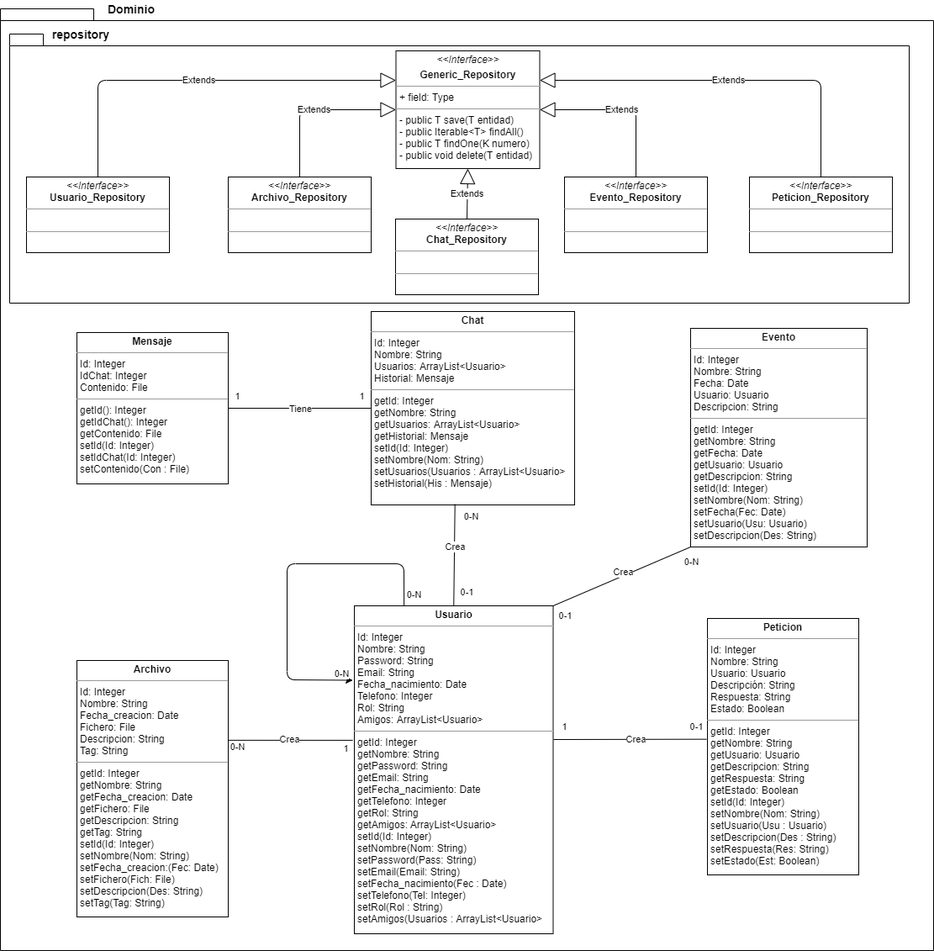
iesvi/proyecto-equipo-3 keeps this draw.io diagram as resources/diagrama-clases-modelo.png. Above is the earlier version. Source tidied: cells renumbered, new cells last; positions are measured from the earlier drawing's top-left corner, leaving out a move shared by most shapes.
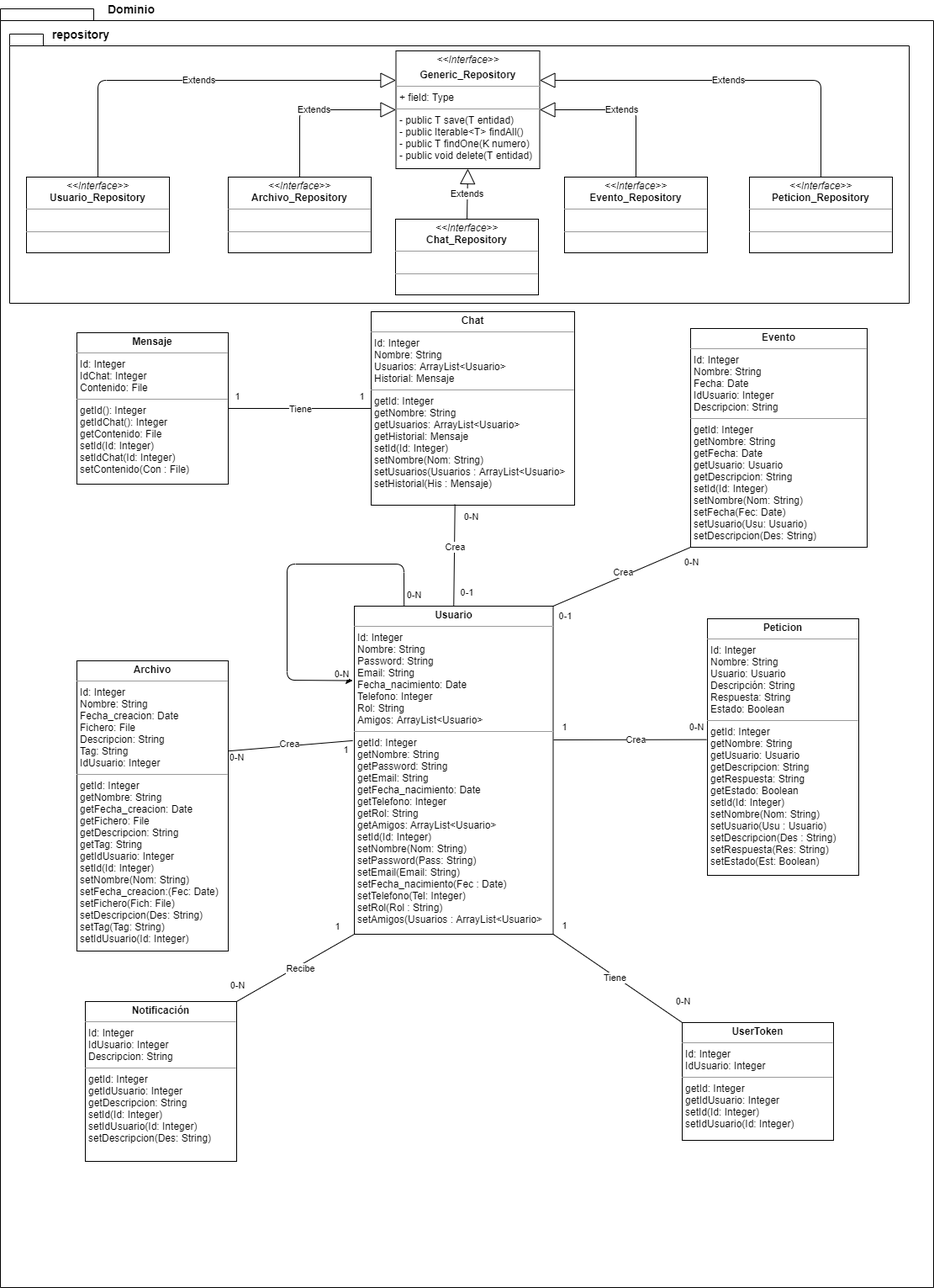
The same diagram one commit later.

What changed in the source:
```diff
@@ -3,7 +3,7 @@
     <mxCell id="0" />
     <mxCell id="1" parent="0" />
     <mxCell id="2" style="shape=folder;fontStyle=1;spacingTop=10;tabWidth=40;tabHeight=14;tabPosition=left;html=1;" parent="1" vertex="1">
-      <mxGeometry y="10" width="1110" height="1120" as="geometry" />
+      <mxGeometry y="10" width="1110" height="1520" as="geometry" />
     </mxCell>
     <mxCell id="3" style="shape=folder;fontStyle=1;spacingTop=10;tabWidth=40;tabHeight=14;tabPosition=left;html=1;" parent="1" vertex="1">
       <mxGeometry x="11" y="40" width="1070" height="320" as="geometry" />
@@ -82,7 +82,7 @@
         <mxPoint x="-12.5" as="offset" />
       </mxGeometry>
     </mxCell>
-    <mxCell id="22" value="0-1" style="edgeLabel;html=1;align=center;verticalAlign=middle;" parent="20" vertex="1">
+    <mxCell id="22" value="0-N" style="edgeLabel;html=1;align=center;verticalAlign=middle;" parent="20" vertex="1">
       <mxGeometry x="0.86" relative="1" as="geometry">
         <mxPoint x="1" y="-15" as="offset" />
       </mxGeometry>
@@ -110,10 +110,46 @@
         <mxPoint x="4" y="19.3" as="offset" />
       </mxGeometry>
     </mxCell>
+    <mxCell id="46" style="rounded=0;jettySize=auto;html=1;exitX=0;exitY=1;exitDx=0;exitDy=0;entryX=1;entryY=0;entryDx=0;entryDy=0;endArrow=none;endFill=0;" parent="1" edge="1" source="28" target="54">
+      <mxGeometry relative="1" as="geometry" />
+    </mxCell>
+    <mxCell id="47" value="Recibe" style="edgeLabel;html=1;align=center;verticalAlign=middle;" parent="46" vertex="1">
+      <mxGeometry x="0.21" y="-3" relative="1" as="geometry">
+        <mxPoint x="20.7" y="-5.5" as="offset" />
+      </mxGeometry>
+    </mxCell>
+    <mxCell id="48" value="1" style="edgeLabel;html=1;align=center;verticalAlign=middle;" parent="46" vertex="1">
+      <mxGeometry x="-0.87" y="-2" relative="1" as="geometry">
+        <mxPoint x="-10.3" y="-13.2" as="offset" />
+      </mxGeometry>
+    </mxCell>
+    <mxCell id="49" value="0-N" style="edgeLabel;html=1;align=center;verticalAlign=middle;" parent="46" vertex="1">
+      <mxGeometry x="0.83" y="-1" relative="1" as="geometry">
+        <mxPoint x="-11" y="-12.6" as="offset" />
+      </mxGeometry>
+    </mxCell>
+    <mxCell id="50" style="edgeStyle=none;rounded=0;jettySize=auto;html=1;exitX=1;exitY=1;exitDx=0;exitDy=0;entryX=0;entryY=0;entryDx=0;entryDy=0;endArrow=none;endFill=0;" parent="1" edge="1" source="28" target="55">
+      <mxGeometry relative="1" as="geometry" />
+    </mxCell>
+    <mxCell id="51" value="Tiene" style="edgeLabel;html=1;align=center;verticalAlign=middle;" parent="50" vertex="1">
+      <mxGeometry x="-0.22" y="-1" relative="1" as="geometry">
+        <mxPoint x="13.8" y="9" as="offset" />
+      </mxGeometry>
+    </mxCell>
+    <mxCell id="52" value="1" style="edgeLabel;html=1;align=center;verticalAlign=middle;" parent="50" vertex="1">
+      <mxGeometry x="-0.88" y="2" relative="1" as="geometry">
+        <mxPoint x="3.3" y="-14.6" as="offset" />
+      </mxGeometry>
+    </mxCell>
+    <mxCell id="53" value="0-N" style="edgeLabel;html=1;align=center;verticalAlign=middle;" parent="50" vertex="1">
+      <mxGeometry x="0.85" y="4" relative="1" as="geometry">
+        <mxPoint x="9.3" y="-13.8" as="offset" />
+      </mxGeometry>
+    </mxCell>
     <mxCell id="28" value="&lt;p style=&quot;margin: 0px ; margin-top: 4px ; text-align: center&quot;&gt;&lt;b&gt;Usuario&lt;/b&gt;&lt;/p&gt;&lt;hr size=&quot;1&quot;&gt;&lt;p style=&quot;margin: 0px 0px 0px 4px&quot;&gt;Id: Integer&lt;/p&gt;&lt;p style=&quot;margin: 0px ; margin-left: 4px&quot;&gt;Nombre: String&lt;/p&gt;&lt;p style=&quot;margin: 0px ; margin-left: 4px&quot;&gt;Password: String&lt;/p&gt;&lt;p style=&quot;margin: 0px ; margin-left: 4px&quot;&gt;Email: String&lt;/p&gt;&lt;p style=&quot;margin: 0px ; margin-left: 4px&quot;&gt;Fecha_nacimiento: Date&lt;/p&gt;&lt;p style=&quot;margin: 0px ; margin-left: 4px&quot;&gt;Telefono: Integer&lt;/p&gt;&lt;p style=&quot;margin: 0px ; margin-left: 4px&quot;&gt;Rol: String&lt;/p&gt;&lt;p style=&quot;margin: 0px ; margin-left: 4px&quot;&gt;Amigos: ArrayList&amp;lt;Usuario&amp;gt;&lt;/p&gt;&lt;hr size=&quot;1&quot;&gt;&lt;p style=&quot;margin: 0px 0px 0px 4px&quot;&gt;getId: Integer&lt;/p&gt;&lt;p style=&quot;margin: 0px ; margin-left: 4px&quot;&gt;getNombre: String&lt;/p&gt;&lt;p style=&quot;margin: 0px ; margin-left: 4px&quot;&gt;getPassword: String&lt;/p&gt;&lt;p style=&quot;margin: 0px ; margin-left: 4px&quot;&gt;getEmail: String&lt;/p&gt;&lt;p style=&quot;margin: 0px ; margin-left: 4px&quot;&gt;getFecha_nacimiento: Date&lt;/p&gt;&lt;p style=&quot;margin: 0px ; margin-left: 4px&quot;&gt;getTelefono: Integer&lt;/p&gt;&lt;p style=&quot;margin: 0px ; margin-left: 4px&quot;&gt;getRol: String&lt;/p&gt;&lt;p style=&quot;margin: 0px 0px 0px 4px&quot;&gt;getAmigos:&amp;nbsp;ArrayList&amp;lt;Usuario&amp;gt;&lt;/p&gt;&lt;p style=&quot;margin: 0px 0px 0px 4px&quot;&gt;setId(Id: Integer)&lt;/p&gt;&lt;p style=&quot;margin: 0px ; margin-left: 4px&quot;&gt;setNombre(Nom: String)&lt;/p&gt;&lt;p style=&quot;margin: 0px ; margin-left: 4px&quot;&gt;setPassword(Pass: String)&lt;/p&gt;&lt;p style=&quot;margin: 0px ; margin-left: 4px&quot;&gt;setEmail(Email: String)&lt;/p&gt;&lt;p style=&quot;margin: 0px ; margin-left: 4px&quot;&gt;setFecha_nacimiento(Fec : Date)&lt;/p&gt;&lt;p style=&quot;margin: 0px ; margin-left: 4px&quot;&gt;setTelefono(Tel: Integer)&lt;/p&gt;&lt;p style=&quot;margin: 0px ; margin-left: 4px&quot;&gt;setRol(Rol : String)&lt;/p&gt;&lt;p style=&quot;margin: 0px ; margin-left: 4px&quot;&gt;setAmigos(Usuarios : ArrayList&amp;lt;Usuario&amp;gt;&lt;br&gt;&lt;/p&gt;" style="verticalAlign=top;align=left;overflow=fill;fontSize=12;fontFamily=Helvetica;html=1;" parent="1" vertex="1">
       <mxGeometry x="421" y="720" width="236.5" height="390" as="geometry" />
     </mxCell>
-    <mxCell id="29" value="&lt;p style=&quot;margin: 0px ; margin-top: 4px ; text-align: center&quot;&gt;&lt;b&gt;Evento&lt;/b&gt;&lt;/p&gt;&lt;hr size=&quot;1&quot;&gt;&lt;p style=&quot;margin: 0px ; margin-left: 4px&quot;&gt;Id: Integer&lt;/p&gt;&lt;p style=&quot;margin: 0px ; margin-left: 4px&quot;&gt;Nombre: String&lt;/p&gt;&lt;p style=&quot;margin: 0px ; margin-left: 4px&quot;&gt;Fecha: Date&lt;/p&gt;&lt;p style=&quot;margin: 0px ; margin-left: 4px&quot;&gt;Usuario: Usuario&lt;/p&gt;&lt;p style=&quot;margin: 0px ; margin-left: 4px&quot;&gt;Descripcion: String&lt;/p&gt;&lt;hr size=&quot;1&quot;&gt;&lt;p style=&quot;margin: 0px ; margin-left: 4px&quot;&gt;getId: Integer&lt;/p&gt;&lt;p style=&quot;margin: 0px ; margin-left: 4px&quot;&gt;getNombre: String&lt;/p&gt;&lt;p style=&quot;margin: 0px ; margin-left: 4px&quot;&gt;getFecha: Date&lt;/p&gt;&lt;p style=&quot;margin: 0px ; margin-left: 4px&quot;&gt;getUsuario: Usuario&lt;/p&gt;&lt;p style=&quot;margin: 0px ; margin-left: 4px&quot;&gt;getDescripcion: String&lt;br&gt;&lt;/p&gt;&lt;p style=&quot;margin: 0px ; margin-left: 4px&quot;&gt;setId(Id: Integer)&lt;/p&gt;&lt;p style=&quot;margin: 0px ; margin-left: 4px&quot;&gt;setNombre(Nom: String)&lt;/p&gt;&lt;p style=&quot;margin: 0px ; margin-left: 4px&quot;&gt;setFecha(Fec: Date)&lt;/p&gt;&lt;p style=&quot;margin: 0px ; margin-left: 4px&quot;&gt;setUsuario(Usu: Usuario)&lt;/p&gt;&lt;p style=&quot;margin: 0px ; margin-left: 4px&quot;&gt;setDescripcion(Des: String)&lt;br&gt;&lt;/p&gt;" style="verticalAlign=top;align=left;overflow=fill;fontSize=12;fontFamily=Helvetica;html=1;" parent="1" vertex="1">
+    <mxCell id="29" value="&lt;p style=&quot;margin: 0px ; margin-top: 4px ; text-align: center&quot;&gt;&lt;b&gt;Evento&lt;/b&gt;&lt;/p&gt;&lt;hr size=&quot;1&quot;&gt;&lt;p style=&quot;margin: 0px ; margin-left: 4px&quot;&gt;Id: Integer&lt;/p&gt;&lt;p style=&quot;margin: 0px ; margin-left: 4px&quot;&gt;Nombre: String&lt;/p&gt;&lt;p style=&quot;margin: 0px ; margin-left: 4px&quot;&gt;Fecha: Date&lt;/p&gt;&lt;p style=&quot;margin: 0px ; margin-left: 4px&quot;&gt;IdUsuario: Integer&lt;/p&gt;&lt;p style=&quot;margin: 0px ; margin-left: 4px&quot;&gt;Descripcion: String&lt;/p&gt;&lt;hr size=&quot;1&quot;&gt;&lt;p style=&quot;margin: 0px ; margin-left: 4px&quot;&gt;getId: Integer&lt;/p&gt;&lt;p style=&quot;margin: 0px ; margin-left: 4px&quot;&gt;getNombre: String&lt;/p&gt;&lt;p style=&quot;margin: 0px ; margin-left: 4px&quot;&gt;getFecha: Date&lt;/p&gt;&lt;p style=&quot;margin: 0px ; margin-left: 4px&quot;&gt;getUsuario: Usuario&lt;/p&gt;&lt;p style=&quot;margin: 0px ; margin-left: 4px&quot;&gt;getDescripcion: String&lt;br&gt;&lt;/p&gt;&lt;p style=&quot;margin: 0px ; margin-left: 4px&quot;&gt;setId(Id: Integer)&lt;/p&gt;&lt;p style=&quot;margin: 0px ; margin-left: 4px&quot;&gt;setNombre(Nom: String)&lt;/p&gt;&lt;p style=&quot;margin: 0px ; margin-left: 4px&quot;&gt;setFecha(Fec: Date)&lt;/p&gt;&lt;p style=&quot;margin: 0px ; margin-left: 4px&quot;&gt;setUsuario(Usu: Usuario)&lt;/p&gt;&lt;p style=&quot;margin: 0px ; margin-left: 4px&quot;&gt;setDescripcion(Des: String)&lt;br&gt;&lt;/p&gt;" style="verticalAlign=top;align=left;overflow=fill;fontSize=12;fontFamily=Helvetica;html=1;" parent="1" vertex="1">
       <mxGeometry x="821" y="390" width="210" height="260" as="geometry" />
     </mxCell>
     <mxCell id="30" value="&lt;p style=&quot;margin: 0px ; margin-top: 4px ; text-align: center&quot;&gt;&lt;i&gt;&amp;lt;&amp;lt;Interface&amp;gt;&amp;gt;&lt;/i&gt;&lt;b&gt;&lt;br&gt;&lt;/b&gt;&lt;/p&gt;&lt;p style=&quot;margin: 0px ; margin-top: 4px ; text-align: center&quot;&gt;&lt;b&gt;Generic_Repository&lt;/b&gt;&lt;/p&gt;&lt;hr size=&quot;1&quot;&gt;&lt;p style=&quot;margin: 0px ; margin-left: 4px&quot;&gt;+ field: Type&lt;/p&gt;&lt;hr size=&quot;1&quot;&gt;&lt;p style=&quot;margin: 0px ; margin-left: 4px&quot;&gt;- public T save(T entidad)&lt;/p&gt;&lt;p style=&quot;margin: 0px ; margin-left: 4px&quot;&gt;- public Iterable&amp;lt;T&amp;gt; findAll()&lt;/p&gt;&lt;p style=&quot;margin: 0px ; margin-left: 4px&quot;&gt;- public T findOne(K numero)&lt;/p&gt;&lt;p style=&quot;margin: 0px ; margin-left: 4px&quot;&gt;- public void delete(T entidad)&lt;/p&gt;" style="verticalAlign=top;align=left;overflow=fill;fontSize=12;fontFamily=Helvetica;html=1;" parent="1" vertex="1">
@@ -122,8 +158,8 @@
     <mxCell id="31" value="&lt;p style=&quot;margin: 0px ; margin-top: 4px ; text-align: center&quot;&gt;&lt;b&gt;Peticion&lt;/b&gt;&lt;/p&gt;&lt;hr size=&quot;1&quot;&gt;&lt;p style=&quot;margin: 0px 0px 0px 4px&quot;&gt;Id: Integer&lt;/p&gt;&lt;p style=&quot;margin: 0px ; margin-left: 4px&quot;&gt;Nombre: String&lt;/p&gt;&lt;p style=&quot;margin: 0px ; margin-left: 4px&quot;&gt;Usuario: Usuario&lt;/p&gt;&lt;p style=&quot;margin: 0px ; margin-left: 4px&quot;&gt;Descripción: String&lt;/p&gt;&lt;p style=&quot;margin: 0px ; margin-left: 4px&quot;&gt;Respuesta: String&lt;/p&gt;&lt;p style=&quot;margin: 0px ; margin-left: 4px&quot;&gt;Estado: Boolean&lt;/p&gt;&lt;hr size=&quot;1&quot;&gt;&lt;p style=&quot;margin: 0px 0px 0px 4px&quot;&gt;getId: Integer&lt;/p&gt;&lt;p style=&quot;margin: 0px ; margin-left: 4px&quot;&gt;getNombre: String&lt;/p&gt;&lt;p style=&quot;margin: 0px ; margin-left: 4px&quot;&gt;getUsuario: Usuario&lt;/p&gt;&lt;p style=&quot;margin: 0px ; margin-left: 4px&quot;&gt;getDescripcion: String&lt;/p&gt;&lt;p style=&quot;margin: 0px ; margin-left: 4px&quot;&gt;getRespuesta: String&lt;/p&gt;&lt;p style=&quot;margin: 0px ; margin-left: 4px&quot;&gt;getEstado: Boolean&lt;/p&gt;&lt;p style=&quot;margin: 0px 0px 0px 4px&quot;&gt;setId(Id: Integer)&lt;/p&gt;&lt;p style=&quot;margin: 0px ; margin-left: 4px&quot;&gt;setNombre(Nom: String)&lt;/p&gt;&lt;p style=&quot;margin: 0px ; margin-left: 4px&quot;&gt;setUsuario(Usu : Usuario)&lt;/p&gt;&lt;p style=&quot;margin: 0px ; margin-left: 4px&quot;&gt;setDescripcion(Des : String)&lt;/p&gt;&lt;p style=&quot;margin: 0px ; margin-left: 4px&quot;&gt;setRespuesta(Res: String)&lt;/p&gt;&lt;p style=&quot;margin: 0px ; margin-left: 4px&quot;&gt;setEstado(Est: Boolean)&lt;/p&gt;" style="verticalAlign=top;align=left;overflow=fill;fontSize=12;fontFamily=Helvetica;html=1;" parent="1" vertex="1">
       <mxGeometry x="841" y="735" width="180" height="305" as="geometry" />
     </mxCell>
-    <mxCell id="32" value="&lt;p style=&quot;margin: 0px ; margin-top: 4px ; text-align: center&quot;&gt;&lt;b&gt;Archivo&lt;/b&gt;&lt;/p&gt;&lt;hr size=&quot;1&quot;&gt;&lt;p style=&quot;margin: 0px ; margin-left: 4px&quot;&gt;Id: Integer&lt;/p&gt;&lt;p style=&quot;margin: 0px ; margin-left: 4px&quot;&gt;Nombre: String&lt;/p&gt;&lt;p style=&quot;margin: 0px ; margin-left: 4px&quot;&gt;Fecha_creacion: Date&lt;/p&gt;&lt;p style=&quot;margin: 0px ; margin-left: 4px&quot;&gt;Fichero: File&lt;/p&gt;&lt;p style=&quot;margin: 0px ; margin-left: 4px&quot;&gt;Descripcion: String&lt;br&gt;&lt;/p&gt;&lt;p style=&quot;margin: 0px ; margin-left: 4px&quot;&gt;Tag: String&lt;/p&gt;&lt;hr size=&quot;1&quot;&gt;&lt;p style=&quot;margin: 0px ; margin-left: 4px&quot;&gt;getId: Integer&lt;br&gt;&lt;/p&gt;&lt;p style=&quot;margin: 0px ; margin-left: 4px&quot;&gt;getNombre: String&lt;/p&gt;&lt;p style=&quot;margin: 0px ; margin-left: 4px&quot;&gt;getFecha_creacion: Date&lt;/p&gt;&lt;p style=&quot;margin: 0px ; margin-left: 4px&quot;&gt;getFichero: File&lt;/p&gt;&lt;p style=&quot;margin: 0px ; margin-left: 4px&quot;&gt;getDescripcion: String&lt;br&gt;&lt;/p&gt;&lt;p style=&quot;margin: 0px ; margin-left: 4px&quot;&gt;getTag: String&lt;br&gt;&lt;/p&gt;&lt;p style=&quot;margin: 0px ; margin-left: 4px&quot;&gt;setId(Id: Integer)&lt;br&gt;&lt;/p&gt;&lt;p style=&quot;margin: 0px ; margin-left: 4px&quot;&gt;setNombre(Nom: String)&lt;/p&gt;&lt;p style=&quot;margin: 0px ; margin-left: 4px&quot;&gt;setFecha_creacion:(Fec: Date)&lt;/p&gt;&lt;p style=&quot;margin: 0px ; margin-left: 4px&quot;&gt;setFichero(Fich: File)&lt;/p&gt;&lt;p style=&quot;margin: 0px ; margin-left: 4px&quot;&gt;setDescripcion(Des: String)&lt;br&gt;&lt;/p&gt;&lt;p style=&quot;margin: 0px ; margin-left: 4px&quot;&gt;setTag(Tag: String)&lt;br&gt;&lt;/p&gt;&lt;p style=&quot;margin: 0px ; margin-left: 4px&quot;&gt;&lt;br&gt;&lt;/p&gt;" style="verticalAlign=top;align=left;overflow=fill;fontSize=12;fontFamily=Helvetica;html=1;" parent="1" vertex="1">
-      <mxGeometry x="91" y="785" width="180" height="305" as="geometry" />
+    <mxCell id="32" value="&lt;p style=&quot;margin: 0px ; margin-top: 4px ; text-align: center&quot;&gt;&lt;b&gt;Archivo&lt;/b&gt;&lt;/p&gt;&lt;hr size=&quot;1&quot;&gt;&lt;p style=&quot;margin: 0px ; margin-left: 4px&quot;&gt;Id: Integer&lt;/p&gt;&lt;p style=&quot;margin: 0px ; margin-left: 4px&quot;&gt;Nombre: String&lt;/p&gt;&lt;p style=&quot;margin: 0px ; margin-left: 4px&quot;&gt;Fecha_creacion: Date&lt;/p&gt;&lt;p style=&quot;margin: 0px ; margin-left: 4px&quot;&gt;Fichero: File&lt;/p&gt;&lt;p style=&quot;margin: 0px ; margin-left: 4px&quot;&gt;Descripcion: String&lt;br&gt;&lt;/p&gt;&lt;p style=&quot;margin: 0px ; margin-left: 4px&quot;&gt;Tag: String&lt;/p&gt;&lt;p style=&quot;margin: 0px ; margin-left: 4px&quot;&gt;IdUsuario: Integer&lt;/p&gt;&lt;hr size=&quot;1&quot;&gt;&lt;p style=&quot;margin: 0px ; margin-left: 4px&quot;&gt;getId: Integer&lt;br&gt;&lt;/p&gt;&lt;p style=&quot;margin: 0px ; margin-left: 4px&quot;&gt;getNombre: String&lt;/p&gt;&lt;p style=&quot;margin: 0px ; margin-left: 4px&quot;&gt;getFecha_creacion: Date&lt;/p&gt;&lt;p style=&quot;margin: 0px ; margin-left: 4px&quot;&gt;getFichero: File&lt;/p&gt;&lt;p style=&quot;margin: 0px ; margin-left: 4px&quot;&gt;getDescripcion: String&lt;br&gt;&lt;/p&gt;&lt;p style=&quot;margin: 0px ; margin-left: 4px&quot;&gt;getTag: String&lt;br&gt;&lt;/p&gt;&lt;p style=&quot;margin: 0px ; margin-left: 4px&quot;&gt;getIdUsuario: Integer&lt;/p&gt;&lt;p style=&quot;margin: 0px ; margin-left: 4px&quot;&gt;setId(Id: Integer)&lt;br&gt;&lt;/p&gt;&lt;p style=&quot;margin: 0px ; margin-left: 4px&quot;&gt;setNombre(Nom: String)&lt;/p&gt;&lt;p style=&quot;margin: 0px ; margin-left: 4px&quot;&gt;setFecha_creacion:(Fec: Date)&lt;/p&gt;&lt;p style=&quot;margin: 0px ; margin-left: 4px&quot;&gt;setFichero(Fich: File)&lt;/p&gt;&lt;p style=&quot;margin: 0px ; margin-left: 4px&quot;&gt;setDescripcion(Des: String)&lt;br&gt;&lt;/p&gt;&lt;p style=&quot;margin: 0px ; margin-left: 4px&quot;&gt;setTag(Tag: String)&lt;br&gt;&lt;/p&gt;&lt;p style=&quot;margin: 0px ; margin-left: 4px&quot;&gt;setIdUsuario(Id: Integer)&lt;/p&gt;" style="verticalAlign=top;align=left;overflow=fill;fontSize=12;fontFamily=Helvetica;html=1;" parent="1" vertex="1">
+      <mxGeometry x="91" y="785" width="180" height="345" as="geometry" />
     </mxCell>
     <mxCell id="33" value="&lt;p style=&quot;margin: 0px ; margin-top: 4px ; text-align: center&quot;&gt;&lt;b&gt;Mensaje&lt;/b&gt;&lt;/p&gt;&lt;hr size=&quot;1&quot;&gt;&lt;p style=&quot;margin: 0px ; margin-left: 4px&quot;&gt;Id: Integer&lt;/p&gt;&lt;p style=&quot;margin: 0px ; margin-left: 4px&quot;&gt;IdChat: Integer&lt;/p&gt;&lt;p style=&quot;margin: 0px ; margin-left: 4px&quot;&gt;Contenido: File&lt;/p&gt;&lt;hr size=&quot;1&quot;&gt;&lt;p style=&quot;margin: 0px ; margin-left: 4px&quot;&gt;getId(): Integer&lt;/p&gt;&lt;p style=&quot;margin: 0px ; margin-left: 4px&quot;&gt;getIdChat(): Integer&lt;/p&gt;&lt;p style=&quot;margin: 0px ; margin-left: 4px&quot;&gt;getContenido: File&lt;/p&gt;&lt;p style=&quot;margin: 0px ; margin-left: 4px&quot;&gt;setId(Id: Integer)&lt;/p&gt;&lt;p style=&quot;margin: 0px ; margin-left: 4px&quot;&gt;setIdChat(Id: Integer)&lt;/p&gt;&lt;p style=&quot;margin: 0px ; margin-left: 4px&quot;&gt;setContenido(Con : File)&lt;/p&gt;" style="verticalAlign=top;align=left;overflow=fill;fontSize=12;fontFamily=Helvetica;html=1;" parent="1" vertex="1">
       <mxGeometry x="91" y="395" width="180" height="180" as="geometry" />
@@ -174,5 +210,11 @@
         <mxPoint y="-11.4" as="offset" />
       </mxGeometry>
     </mxCell>
+    <mxCell id="54" value="&lt;p style=&quot;margin: 0px ; margin-top: 4px ; text-align: center&quot;&gt;&lt;b&gt;Notificación&lt;/b&gt;&lt;/p&gt;&lt;hr size=&quot;1&quot;&gt;&lt;p style=&quot;margin: 0px ; margin-left: 4px&quot;&gt;Id: Integer&lt;/p&gt;&lt;p style=&quot;margin: 0px ; margin-left: 4px&quot;&gt;IdUsuario: Integer&lt;/p&gt;&lt;p style=&quot;margin: 0px ; margin-left: 4px&quot;&gt;Descripcion: String&lt;/p&gt;&lt;hr size=&quot;1&quot;&gt;&lt;p style=&quot;margin: 0px ; margin-left: 4px&quot;&gt;getId: Integer&lt;br&gt;&lt;/p&gt;&lt;p style=&quot;margin: 0px ; margin-left: 4px&quot;&gt;getIdUsuario: Integer&lt;/p&gt;&lt;p style=&quot;margin: 0px ; margin-left: 4px&quot;&gt;getDescripcion: String&lt;/p&gt;&lt;p style=&quot;margin: 0px ; margin-left: 4px&quot;&gt;setId(Id: Integer)&lt;br&gt;&lt;/p&gt;&lt;p style=&quot;margin: 0px ; margin-left: 4px&quot;&gt;setIdUsuario(Id: Integer)&lt;/p&gt;&lt;p style=&quot;margin: 0px ; margin-left: 4px&quot;&gt;setDescripcion(Des: String)&lt;/p&gt;&lt;p style=&quot;margin: 0px ; margin-left: 4px&quot;&gt;&lt;br&gt;&lt;/p&gt;&lt;p style=&quot;margin: 0px ; margin-left: 4px&quot;&gt;&lt;br&gt;&lt;/p&gt;" style="verticalAlign=top;align=left;overflow=fill;fontSize=12;fontFamily=Helvetica;html=1;" parent="1" vertex="1">
+      <mxGeometry x="101" y="1190" width="180" height="190" as="geometry" />
+    </mxCell>
+    <mxCell id="55" value="&lt;p style=&quot;margin: 0px ; margin-top: 4px ; text-align: center&quot;&gt;&lt;b&gt;UserToken&lt;/b&gt;&lt;/p&gt;&lt;hr size=&quot;1&quot;&gt;&lt;p style=&quot;margin: 0px ; margin-left: 4px&quot;&gt;Id: Integer&lt;/p&gt;&lt;p style=&quot;margin: 0px ; margin-left: 4px&quot;&gt;IdUsuario: Integer&lt;/p&gt;&lt;hr size=&quot;1&quot;&gt;&lt;p style=&quot;margin: 0px ; margin-left: 4px&quot;&gt;getId: Integer&lt;br&gt;&lt;/p&gt;&lt;p style=&quot;margin: 0px ; margin-left: 4px&quot;&gt;getIdUsuario: Integer&lt;/p&gt;&lt;p style=&quot;margin: 0px ; margin-left: 4px&quot;&gt;setId(Id: Integer)&lt;br&gt;&lt;/p&gt;&lt;p style=&quot;margin: 0px ; margin-left: 4px&quot;&gt;setIdUsuario(Id: Integer)&lt;/p&gt;&lt;p style=&quot;margin: 0px ; margin-left: 4px&quot;&gt;&lt;br&gt;&lt;/p&gt;&lt;p style=&quot;margin: 0px ; margin-left: 4px&quot;&gt;&lt;br&gt;&lt;/p&gt;" style="verticalAlign=top;align=left;overflow=fill;fontSize=12;fontFamily=Helvetica;html=1;" parent="1" vertex="1">
+      <mxGeometry x="811" y="1215" width="180" height="140" as="geometry" />
+    </mxCell>
   </root>
 </mxGraphModel>
```
